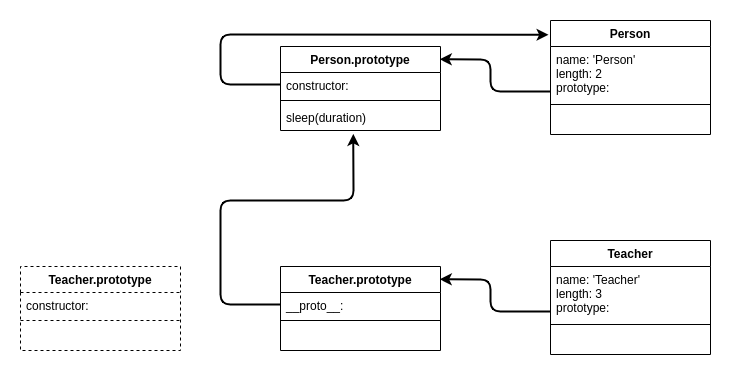
Before: SoftwareDevelopment/WebDevelopment/JavaScript/pictures/constructorFunctionInheritanceStep4.png, a diagram exported from draw.io (lcov29/knowledgeBase). Source tidied: cells renumbered, new cells last; positions are measured from the earlier drawing's top-left corner, leaving out a move shared by most shapes. Its diagram source:
```xml
<mxGraphModel>
  <root>
    <mxCell id="0" />
    <mxCell id="1" parent="0" />
    <mxCell id="2" value="Person" style="swimlane;fontStyle=1;align=center;verticalAlign=top;horizontal=1;startSize=26;" parent="1" vertex="1">
      <mxGeometry x="530" width="160" height="114" as="geometry" />
    </mxCell>
    <mxCell id="3" value="name: 'Person'&#10;length: 2&#10;prototype:" style="text;strokeColor=none;fillColor=none;align=left;verticalAlign=top;spacingLeft=4;spacingRight=4;overflow=hidden;points=[[0,0.5],[1,0.5]];portConstraint=eastwest;" parent="2" vertex="1">
      <mxGeometry y="26" width="160" height="54" as="geometry" />
    </mxCell>
    <mxCell id="4" style="line;strokeWidth=1;fillColor=none;align=left;verticalAlign=middle;spacingTop=-1;spacingLeft=3;spacingRight=3;labelPosition=right;" parent="2" vertex="1">
      <mxGeometry y="80" width="160" height="8" as="geometry" />
    </mxCell>
    <mxCell id="5" value=" " style="text;strokeColor=none;fillColor=none;align=left;verticalAlign=top;spacingLeft=4;spacingRight=4;overflow=hidden;" parent="2" vertex="1">
      <mxGeometry y="88" width="160" height="26" as="geometry" />
    </mxCell>
    <mxCell id="6" value="Person.prototype" style="swimlane;fontStyle=1;align=center;verticalAlign=top;horizontal=1;startSize=26;" parent="1" vertex="1">
      <mxGeometry x="260" y="26" width="160" height="84" as="geometry" />
    </mxCell>
    <mxCell id="7" value="constructor:" style="text;strokeColor=none;fillColor=none;align=left;verticalAlign=top;spacingLeft=4;spacingRight=4;overflow=hidden;points=[[0,0.5],[1,0.5]];portConstraint=eastwest;" parent="6" vertex="1">
      <mxGeometry y="26" width="160" height="24" as="geometry" />
    </mxCell>
    <mxCell id="8" style="line;strokeWidth=1;fillColor=none;align=left;verticalAlign=middle;spacingTop=-1;spacingLeft=3;spacingRight=3;labelPosition=right;" parent="6" vertex="1">
      <mxGeometry y="50" width="160" height="8" as="geometry" />
    </mxCell>
    <mxCell id="9" value="sleep(duration)" style="text;strokeColor=none;fillColor=none;align=left;verticalAlign=top;spacingLeft=4;spacingRight=4;overflow=hidden;points=[[0,0.5],[1,0.5]];portConstraint=eastwest;" parent="6" vertex="1">
      <mxGeometry y="58" width="160" height="26" as="geometry" />
    </mxCell>
    <mxCell id="10" style="endArrow=classic;html=1;strokeWidth=2;exitX=0.003;exitY=0.833;exitDx=0;exitDy=0;exitPerimeter=0;entryX=0.995;entryY=0.152;entryDx=0;entryDy=0;entryPerimeter=0;" parent="1" edge="1" source="3" target="6">
      <mxGeometry relative="1" as="geometry">
        <Array as="points">
          <mxPoint x="470" y="71" />
          <mxPoint x="470" y="39" />
        </Array>
      </mxGeometry>
    </mxCell>
    <mxCell id="11" style="endArrow=classic;html=1;strokeWidth=2;exitX=0;exitY=0.5;exitDx=0;exitDy=0;entryX=-0.012;entryY=0.125;entryDx=0;entryDy=0;entryPerimeter=0;" parent="1" edge="1" source="7" target="2">
      <mxGeometry relative="1" as="geometry">
        <Array as="points">
          <mxPoint x="200" y="64" />
          <mxPoint x="200" y="14" />
        </Array>
      </mxGeometry>
    </mxCell>
    <mxCell id="12" value="Teacher" style="swimlane;fontStyle=1;align=center;verticalAlign=top;horizontal=1;startSize=26;" parent="1" vertex="1">
      <mxGeometry x="530" y="220" width="160" height="114" as="geometry" />
    </mxCell>
    <mxCell id="13" value="name: 'Teacher'&#10;length: 3&#10;prototype:" style="text;strokeColor=none;fillColor=none;align=left;verticalAlign=top;spacingLeft=4;spacingRight=4;overflow=hidden;points=[[0,0.5],[1,0.5]];portConstraint=eastwest;" parent="12" vertex="1">
      <mxGeometry y="26" width="160" height="54" as="geometry" />
    </mxCell>
    <mxCell id="14" style="line;strokeWidth=1;fillColor=none;align=left;verticalAlign=middle;spacingTop=-1;spacingLeft=3;spacingRight=3;labelPosition=right;" parent="12" vertex="1">
      <mxGeometry y="80" width="160" height="8" as="geometry" />
    </mxCell>
    <mxCell id="15" value=" " style="text;strokeColor=none;fillColor=none;align=left;verticalAlign=top;spacingLeft=4;spacingRight=4;overflow=hidden;" parent="12" vertex="1">
      <mxGeometry y="88" width="160" height="26" as="geometry" />
    </mxCell>
    <mxCell id="16" value="Teacher.prototype" style="swimlane;fontStyle=1;align=center;verticalAlign=top;horizontal=1;startSize=26;" parent="1" vertex="1">
      <mxGeometry x="260" y="246" width="160" height="84" as="geometry" />
    </mxCell>
    <mxCell id="17" value="__proto__:" style="text;strokeColor=none;fillColor=none;align=left;verticalAlign=top;spacingLeft=4;spacingRight=4;overflow=hidden;points=[[0,0.5],[1,0.5]];portConstraint=eastwest;" parent="16" vertex="1">
      <mxGeometry y="26" width="160" height="24" as="geometry" />
    </mxCell>
    <mxCell id="18" style="line;strokeWidth=1;fillColor=none;align=left;verticalAlign=middle;spacingTop=-1;spacingLeft=3;spacingRight=3;labelPosition=right;" parent="16" vertex="1">
      <mxGeometry y="50" width="160" height="8" as="geometry" />
    </mxCell>
    <mxCell id="19" value=" " style="text;strokeColor=none;fillColor=none;align=left;verticalAlign=top;spacingLeft=4;spacingRight=4;overflow=hidden;" parent="16" vertex="1">
      <mxGeometry y="58" width="160" height="26" as="geometry" />
    </mxCell>
    <mxCell id="20" style="endArrow=classic;html=1;strokeWidth=2;exitX=0.003;exitY=0.833;exitDx=0;exitDy=0;exitPerimeter=0;entryX=0.995;entryY=0.152;entryDx=0;entryDy=0;entryPerimeter=0;" parent="1" edge="1" source="13" target="16">
      <mxGeometry relative="1" as="geometry">
        <Array as="points">
          <mxPoint x="470" y="291" />
          <mxPoint x="470" y="259" />
        </Array>
      </mxGeometry>
    </mxCell>
    <mxCell id="21" style="endArrow=classic;html=1;strokeWidth=2;exitX=0;exitY=0.5;exitDx=0;exitDy=0;entryX=0.455;entryY=1.131;entryDx=0;entryDy=0;entryPerimeter=0;" parent="1" edge="1" source="17" target="9">
      <mxGeometry relative="1" as="geometry">
        <Array as="points">
          <mxPoint x="200" y="284" />
          <mxPoint x="200" y="180" />
          <mxPoint x="333" y="180" />
        </Array>
      </mxGeometry>
    </mxCell>
    <mxCell id="22" value="Teacher.prototype" style="swimlane;fontStyle=1;align=center;verticalAlign=top;horizontal=1;startSize=26;dashed=1;" parent="1" vertex="1">
      <mxGeometry y="246" width="160" height="84" as="geometry" />
    </mxCell>
    <mxCell id="23" value="constructor:" style="text;strokeColor=none;fillColor=none;align=left;verticalAlign=top;spacingLeft=4;spacingRight=4;overflow=hidden;" parent="22" vertex="1">
      <mxGeometry y="26" width="160" height="24" as="geometry" />
    </mxCell>
    <mxCell id="24" style="line;strokeWidth=1;fillColor=none;align=left;verticalAlign=middle;spacingTop=-1;spacingLeft=3;spacingRight=3;labelPosition=right;dashed=1;" parent="22" vertex="1">
      <mxGeometry y="50" width="160" height="8" as="geometry" />
    </mxCell>
    <mxCell id="25" value=" " style="text;strokeColor=none;fillColor=none;align=left;verticalAlign=top;spacingLeft=4;spacingRight=4;overflow=hidden;" parent="22" vertex="1">
      <mxGeometry y="58" width="160" height="26" as="geometry" />
    </mxCell>
  </root>
</mxGraphModel>
```
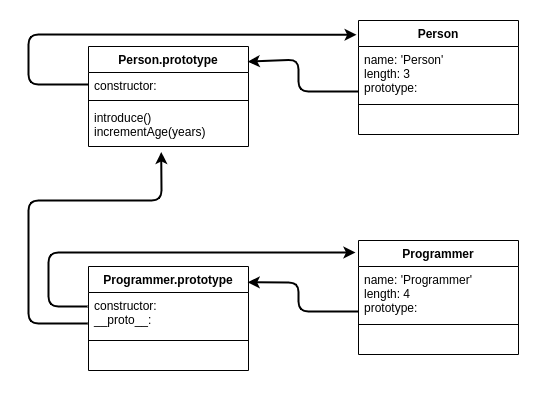
After the commit.

Change to the diagram source:
```diff
@@ -5,7 +5,7 @@
     <mxCell id="2" value="Person" style="swimlane;fontStyle=1;align=center;verticalAlign=top;horizontal=1;startSize=26;" parent="1" vertex="1">
       <mxGeometry x="530" width="160" height="114" as="geometry" />
     </mxCell>
-    <mxCell id="3" value="name: 'Person'&#10;length: 2&#10;prototype:" style="text;strokeColor=none;fillColor=none;align=left;verticalAlign=top;spacingLeft=4;spacingRight=4;overflow=hidden;points=[[0,0.5],[1,0.5]];portConstraint=eastwest;" parent="2" vertex="1">
+    <mxCell id="3" value="name: 'Person'&#10;length: 3&#10;prototype:" style="text;strokeColor=none;fillColor=none;align=left;verticalAlign=top;spacingLeft=4;spacingRight=4;overflow=hidden;points=[[0,0.5],[1,0.5]];portConstraint=eastwest;" parent="2" vertex="1">
       <mxGeometry y="26" width="160" height="54" as="geometry" />
     </mxCell>
     <mxCell id="4" style="line;strokeWidth=1;fillColor=none;align=left;verticalAlign=middle;spacingTop=-1;spacingLeft=3;spacingRight=3;labelPosition=right;" parent="2" vertex="1">
@@ -15,7 +15,7 @@
       <mxGeometry y="88" width="160" height="26" as="geometry" />
     </mxCell>
     <mxCell id="6" value="Person.prototype" style="swimlane;fontStyle=1;align=center;verticalAlign=top;horizontal=1;startSize=26;" parent="1" vertex="1">
-      <mxGeometry x="260" y="26" width="160" height="84" as="geometry" />
+      <mxGeometry x="260" y="26" width="160" height="100" as="geometry" />
     </mxCell>
     <mxCell id="7" value="constructor:" style="text;strokeColor=none;fillColor=none;align=left;verticalAlign=top;spacingLeft=4;spacingRight=4;overflow=hidden;points=[[0,0.5],[1,0.5]];portConstraint=eastwest;" parent="6" vertex="1">
       <mxGeometry y="26" width="160" height="24" as="geometry" />
@@ -23,8 +23,8 @@
     <mxCell id="8" style="line;strokeWidth=1;fillColor=none;align=left;verticalAlign=middle;spacingTop=-1;spacingLeft=3;spacingRight=3;labelPosition=right;" parent="6" vertex="1">
       <mxGeometry y="50" width="160" height="8" as="geometry" />
     </mxCell>
-    <mxCell id="9" value="sleep(duration)" style="text;strokeColor=none;fillColor=none;align=left;verticalAlign=top;spacingLeft=4;spacingRight=4;overflow=hidden;points=[[0,0.5],[1,0.5]];portConstraint=eastwest;" parent="6" vertex="1">
-      <mxGeometry y="58" width="160" height="26" as="geometry" />
+    <mxCell id="9" value="introduce()&#10;incrementAge(years)" style="text;strokeColor=none;fillColor=none;align=left;verticalAlign=top;spacingLeft=4;spacingRight=4;overflow=hidden;points=[[0,0.5],[1,0.5]];portConstraint=eastwest;" parent="6" vertex="1">
+      <mxGeometry y="58" width="160" height="42" as="geometry" />
     </mxCell>
     <mxCell id="10" style="endArrow=classic;html=1;strokeWidth=2;exitX=0.003;exitY=0.833;exitDx=0;exitDy=0;exitPerimeter=0;entryX=0.995;entryY=0.152;entryDx=0;entryDy=0;entryPerimeter=0;" parent="1" edge="1" source="3" target="6">
       <mxGeometry relative="1" as="geometry">
@@ -42,10 +42,10 @@
         </Array>
       </mxGeometry>
     </mxCell>
-    <mxCell id="12" value="Teacher" style="swimlane;fontStyle=1;align=center;verticalAlign=top;horizontal=1;startSize=26;" parent="1" vertex="1">
+    <mxCell id="12" value="Programmer" style="swimlane;fontStyle=1;align=center;verticalAlign=top;horizontal=1;startSize=26;" parent="1" vertex="1">
       <mxGeometry x="530" y="220" width="160" height="114" as="geometry" />
     </mxCell>
-    <mxCell id="13" value="name: 'Teacher'&#10;length: 3&#10;prototype:" style="text;strokeColor=none;fillColor=none;align=left;verticalAlign=top;spacingLeft=4;spacingRight=4;overflow=hidden;points=[[0,0.5],[1,0.5]];portConstraint=eastwest;" parent="12" vertex="1">
+    <mxCell id="13" value="name: 'Programmer'&#10;length: 4&#10;prototype:" style="text;strokeColor=none;fillColor=none;align=left;verticalAlign=top;spacingLeft=4;spacingRight=4;overflow=hidden;points=[[0,0.5],[1,0.5]];portConstraint=eastwest;" parent="12" vertex="1">
       <mxGeometry y="26" width="160" height="54" as="geometry" />
     </mxCell>
     <mxCell id="14" style="line;strokeWidth=1;fillColor=none;align=left;verticalAlign=middle;spacingTop=-1;spacingLeft=3;spacingRight=3;labelPosition=right;" parent="12" vertex="1">
@@ -54,46 +54,42 @@
     <mxCell id="15" value=" " style="text;strokeColor=none;fillColor=none;align=left;verticalAlign=top;spacingLeft=4;spacingRight=4;overflow=hidden;" parent="12" vertex="1">
       <mxGeometry y="88" width="160" height="26" as="geometry" />
     </mxCell>
-    <mxCell id="16" value="Teacher.prototype" style="swimlane;fontStyle=1;align=center;verticalAlign=top;horizontal=1;startSize=26;" parent="1" vertex="1">
-      <mxGeometry x="260" y="246" width="160" height="84" as="geometry" />
+    <mxCell id="16" value="Programmer.prototype" style="swimlane;fontStyle=1;align=center;verticalAlign=top;horizontal=1;startSize=26;" parent="1" vertex="1">
+      <mxGeometry x="260" y="246" width="160" height="104" as="geometry" />
     </mxCell>
-    <mxCell id="17" value="__proto__:" style="text;strokeColor=none;fillColor=none;align=left;verticalAlign=top;spacingLeft=4;spacingRight=4;overflow=hidden;points=[[0,0.5],[1,0.5]];portConstraint=eastwest;" parent="16" vertex="1">
-      <mxGeometry y="26" width="160" height="24" as="geometry" />
+    <mxCell id="17" value="constructor:&#10;__proto__:" style="text;strokeColor=none;fillColor=none;align=left;verticalAlign=top;spacingLeft=4;spacingRight=4;overflow=hidden;points=[[0,0.5],[1,0.5]];portConstraint=eastwest;" parent="16" vertex="1">
+      <mxGeometry y="26" width="160" height="44" as="geometry" />
     </mxCell>
     <mxCell id="18" style="line;strokeWidth=1;fillColor=none;align=left;verticalAlign=middle;spacingTop=-1;spacingLeft=3;spacingRight=3;labelPosition=right;" parent="16" vertex="1">
-      <mxGeometry y="50" width="160" height="8" as="geometry" />
+      <mxGeometry y="70" width="160" height="8" as="geometry" />
     </mxCell>
     <mxCell id="19" value=" " style="text;strokeColor=none;fillColor=none;align=left;verticalAlign=top;spacingLeft=4;spacingRight=4;overflow=hidden;" parent="16" vertex="1">
-      <mxGeometry y="58" width="160" height="26" as="geometry" />
+      <mxGeometry y="78" width="160" height="26" as="geometry" />
     </mxCell>
     <mxCell id="20" style="endArrow=classic;html=1;strokeWidth=2;exitX=0.003;exitY=0.833;exitDx=0;exitDy=0;exitPerimeter=0;entryX=0.995;entryY=0.152;entryDx=0;entryDy=0;entryPerimeter=0;" parent="1" edge="1" source="13" target="16">
       <mxGeometry relative="1" as="geometry">
         <Array as="points">
           <mxPoint x="470" y="291" />
-          <mxPoint x="470" y="259" />
+          <mxPoint x="470" y="262" />
         </Array>
       </mxGeometry>
     </mxCell>
-    <mxCell id="21" style="endArrow=classic;html=1;strokeWidth=2;exitX=0;exitY=0.5;exitDx=0;exitDy=0;entryX=0.455;entryY=1.131;entryDx=0;entryDy=0;entryPerimeter=0;" parent="1" edge="1" source="17" target="9">
+    <mxCell id="21" style="endArrow=classic;html=1;strokeWidth=2;entryX=0.455;entryY=1.131;entryDx=0;entryDy=0;entryPerimeter=0;exitX=-0.005;exitY=0.705;exitDx=0;exitDy=0;exitPerimeter=0;" parent="1" edge="1" source="17" target="9">
       <mxGeometry relative="1" as="geometry">
         <Array as="points">
-          <mxPoint x="200" y="284" />
+          <mxPoint x="200" y="303" />
           <mxPoint x="200" y="180" />
           <mxPoint x="333" y="180" />
         </Array>
       </mxGeometry>
     </mxCell>
-    <mxCell id="22" value="Teacher.prototype" style="swimlane;fontStyle=1;align=center;verticalAlign=top;horizontal=1;startSize=26;dashed=1;" parent="1" vertex="1">
-      <mxGeometry y="246" width="160" height="84" as="geometry" />
+    <mxCell id="22" style="endArrow=classic;html=1;strokeWidth=2;exitX=-0.006;exitY=0.318;exitDx=0;exitDy=0;entryX=-0.019;entryY=0.105;entryDx=0;entryDy=0;entryPerimeter=0;exitPerimeter=0;" parent="1" edge="1" source="17" target="12">
+      <mxGeometry relative="1" as="geometry">
+        <Array as="points">
+          <mxPoint x="220" y="286" />
+          <mxPoint x="220" y="232" />
+        </Array>
+      </mxGeometry>
     </mxCell>
-    <mxCell id="23" value="constructor:" style="text;strokeColor=none;fillColor=none;align=left;verticalAlign=top;spacingLeft=4;spacingRight=4;overflow=hidden;" parent="22" vertex="1">
-      <mxGeometry y="26" width="160" height="24" as="geometry" />
-    </mxCell>
-    <mxCell id="24" style="line;strokeWidth=1;fillColor=none;align=left;verticalAlign=middle;spacingTop=-1;spacingLeft=3;spacingRight=3;labelPosition=right;dashed=1;" parent="22" vertex="1">
-      <mxGeometry y="50" width="160" height="8" as="geometry" />
-    </mxCell>
-    <mxCell id="25" value=" " style="text;strokeColor=none;fillColor=none;align=left;verticalAlign=top;spacingLeft=4;spacingRight=4;overflow=hidden;" parent="22" vertex="1">
-      <mxGeometry y="58" width="160" height="26" as="geometry" />
-    </mxCell>
   </root>
 </mxGraphModel>
```
